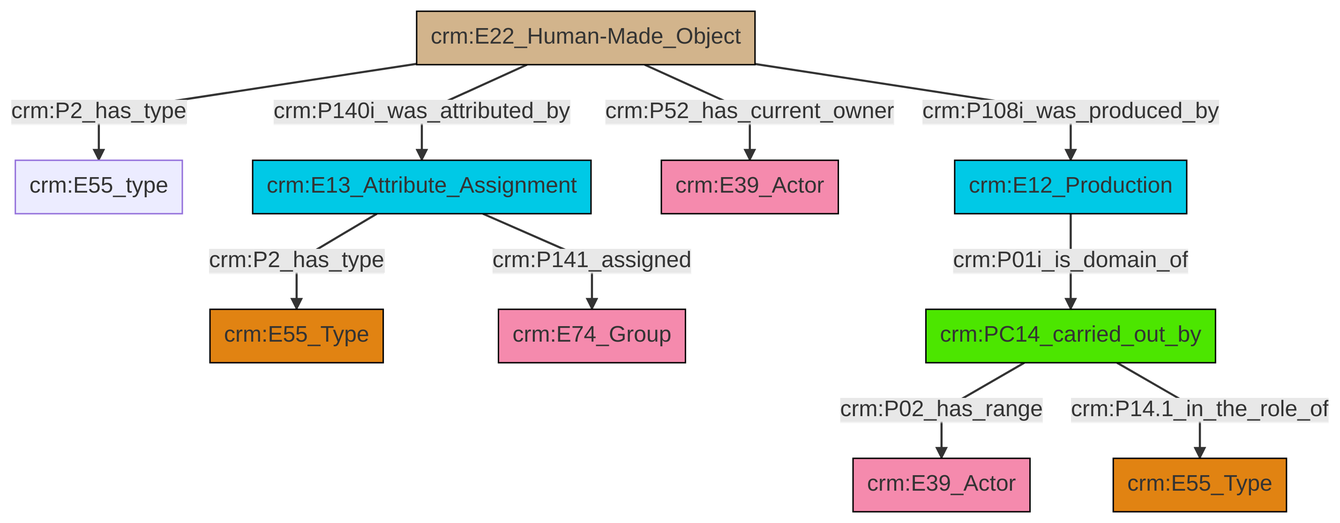
The Mermaid diagram et/builtWorkCSV/ttl/mmd/png/Built_Work_actor_relations.png in swiss-art-research-net/docs.swissartresearch, before a commit. Its source is kept beside it as et/builtWorkCSV/ttl/mmd/Built_Work_actor_relations.ttl.mmd.
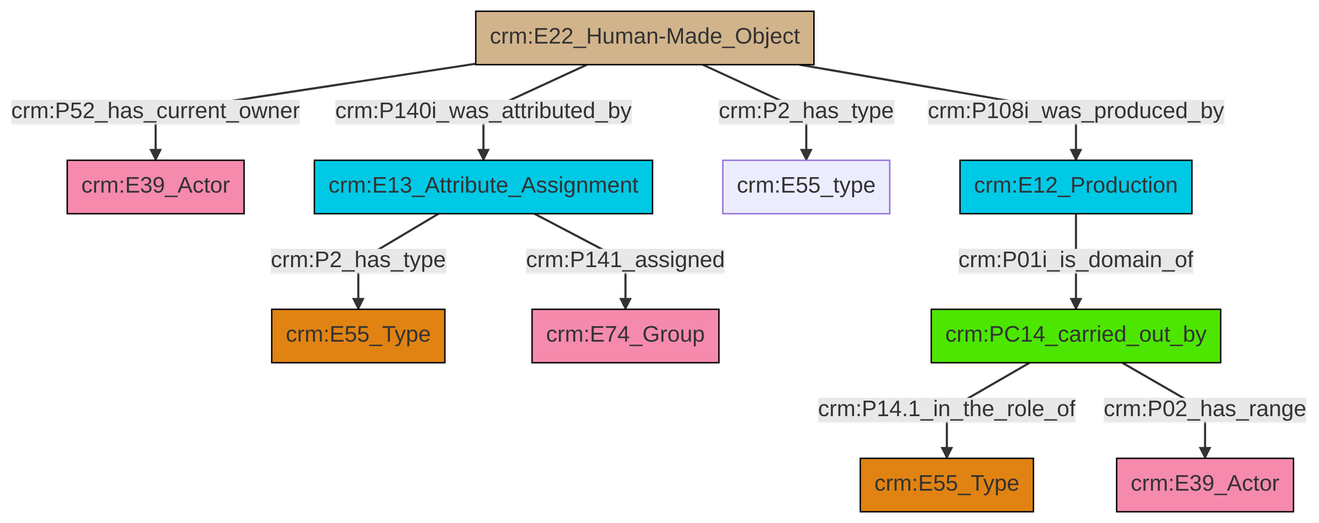
The same file after the commit.

Diff of the diagram source:
```diff
@@ -13,12 +13,12 @@
 classDef PC_Classes fill:#4ce600, stroke:#000000;
 classDef Multi fill:#cccccc,stroke:#000000;
 
-4["crm:E22_Human-Made_Object"]:::Physical_Thing -->|crm:P108i_was_produced_by| 5["crm:E12_Production"]:::Temporal_Entity
-4["crm:E22_Human-Made_Object"]:::Physical_Thing -->|crm:P52_has_current_owner| 6["crm:E39_Actor"]:::Actor
-15["crm:PC14_carried_out_by"]:::PC_Classes -->|crm:P02_has_range| 16["crm:E39_Actor"]:::Actor
-13["crm:E13_Attribute_Assignment"]:::Temporal_Entity -->|crm:P2_has_type| 0["crm:E55_Type"]:::Type
-15["crm:PC14_carried_out_by"]:::PC_Classes -->|crm:P14.1_in_the_role_of| 11["crm:E55_Type"]:::Type
-4["crm:E22_Human-Made_Object"]:::Physical_Thing -->|crm:P2_has_type| 2["crm:E55_type"]:::Default
-13["crm:E13_Attribute_Assignment"]:::Temporal_Entity -->|crm:P141_assigned| 8["crm:E74_Group"]:::Actor
-4["crm:E22_Human-Made_Object"]:::Physical_Thing -->|crm:P140i_was_attributed_by| 13["crm:E13_Attribute_Assignment"]:::Temporal_Entity
-5["crm:E12_Production"]:::Temporal_Entity -->|crm:P01i_is_domain_of| 15["crm:PC14_carried_out_by"]:::PC_Classes
+2["crm:E22_Human-Made_Object"]:::Physical_Thing -->|crm:P52_has_current_owner| 4["crm:E39_Actor"]:::Actor
+2["crm:E22_Human-Made_Object"]:::Physical_Thing -->|crm:P140i_was_attributed_by| 5["crm:E13_Attribute_Assignment"]:::Temporal_Entity
+12["crm:E12_Production"]:::Temporal_Entity -->|crm:P01i_is_domain_of| 13["crm:PC14_carried_out_by"]:::PC_Classes
+13["crm:PC14_carried_out_by"]:::PC_Classes -->|crm:P14.1_in_the_role_of| 0["crm:E55_Type"]:::Type
+2["crm:E22_Human-Made_Object"]:::Physical_Thing -->|crm:P2_has_type| 10["crm:E55_type"]:::Default
+5["crm:E13_Attribute_Assignment"]:::Temporal_Entity -->|crm:P2_has_type| 14["crm:E55_Type"]:::Type
+13["crm:PC14_carried_out_by"]:::PC_Classes -->|crm:P02_has_range| 17["crm:E39_Actor"]:::Actor
+2["crm:E22_Human-Made_Object"]:::Physical_Thing -->|crm:P108i_was_produced_by| 12["crm:E12_Production"]:::Temporal_Entity
+5["crm:E13_Attribute_Assignment"]:::Temporal_Entity -->|crm:P141_assigned| 8["crm:E74_Group"]:::Actor
```
